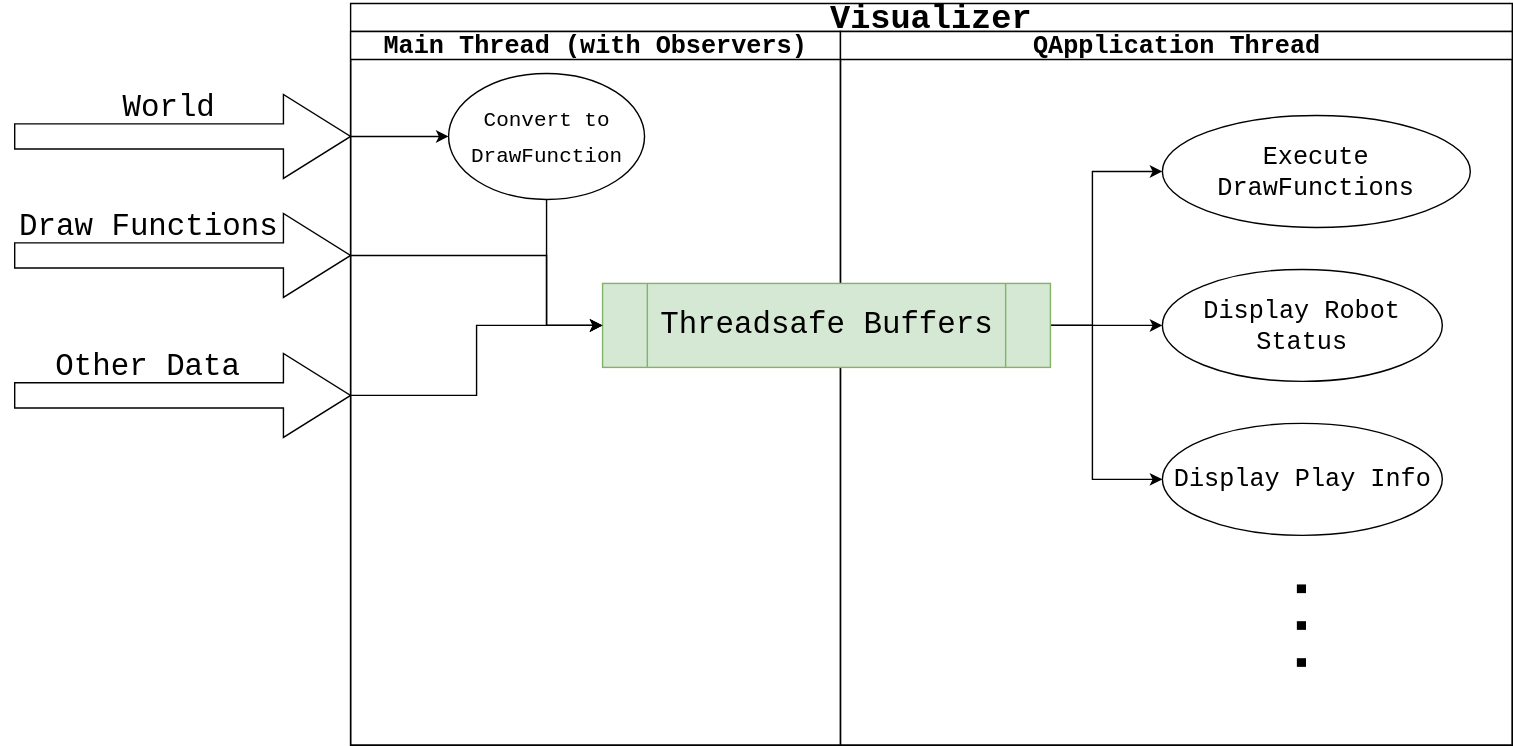
UBC-Thunderbots/Software keeps this draw.io diagram as docs/images/visualizer_diagram.svg. Above is the earlier version. Source tidied: cells renumbered, new cells last; positions are measured from the earlier drawing's top-left corner, leaving out a move shared by most shapes.
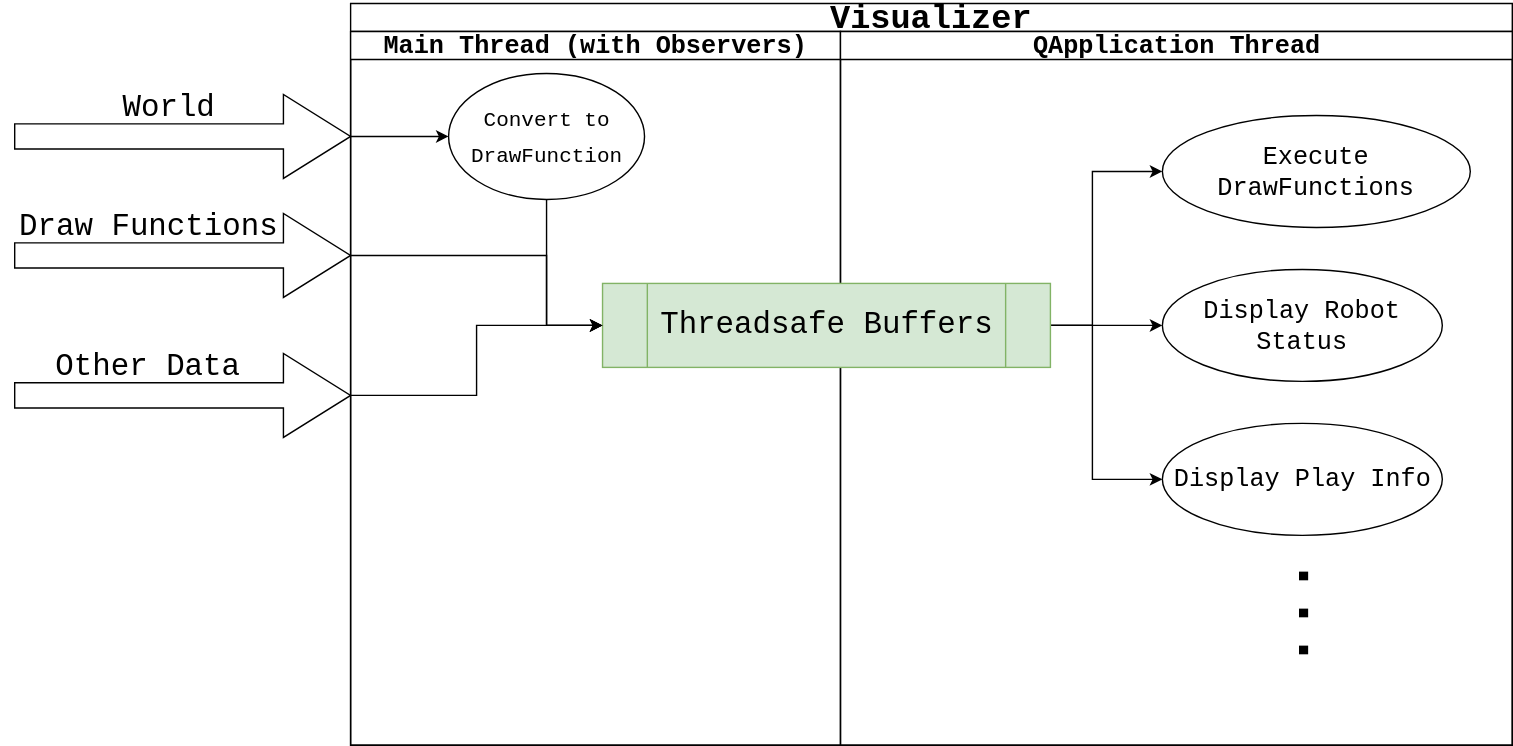
Later version of the same file.

Diff of the diagram source:
```diff
@@ -45,8 +45,8 @@
     <mxCell id="12" value="Display Play Info" style="ellipse;whiteSpace=wrap;html=1;strokeColor=#000000;fillColor=#ffffff;fontFamily=Courier New;fontSize=18;" parent="5" vertex="1">
       <mxGeometry x="230" y="280" width="200" height="80" as="geometry" />
     </mxCell>
-    <mxCell id="13" value="&lt;p style=&quot;line-height: 170%; font-size: 44px;&quot;&gt;&lt;/p&gt;&lt;div style=&quot;font-size: 44px;&quot;&gt;&lt;font style=&quot;font-size: 44px; line-height: 10%;&quot;&gt;.&lt;/font&gt;&lt;font style=&quot;font-size: 44px;&quot;&gt;..&lt;br style=&quot;font-size: 44px;&quot;&gt;&lt;/font&gt;&lt;/div&gt;&lt;p style=&quot;font-size: 44px;&quot;&gt;&lt;/p&gt;" style="text;html=1;strokeColor=none;fillColor=none;align=center;verticalAlign=middle;whiteSpace=wrap;rounded=0;fontFamily=Courier New;fontSize=44;fontStyle=1;spacing=2;horizontal=0;" parent="5" vertex="1">
-      <mxGeometry x="250" y="360" width="140" height="130" as="geometry" />
+    <mxCell id="13" value="&lt;p style=&quot;line-height: 170%; font-size: 44px;&quot;&gt;&lt;/p&gt;&lt;div style=&quot;font-size: 44px;&quot;&gt;&lt;font style=&quot;font-size: 44px; line-height: 10%;&quot;&gt;.&lt;/font&gt;&lt;font style=&quot;font-size: 44px;&quot;&gt;..&lt;br style=&quot;font-size: 44px;&quot;&gt;&lt;/font&gt;&lt;/div&gt;&lt;p style=&quot;font-size: 44px;&quot;&gt;&lt;/p&gt;" style="text;html=1;strokeColor=none;fillColor=none;align=center;verticalAlign=middle;whiteSpace=wrap;rounded=0;fontFamily=Courier New;fontSize=44;fontStyle=1;spacing=2;horizontal=1;rotation=90;" parent="5" vertex="1">
+      <mxGeometry x="265" y="380" width="150" height="70" as="geometry" />
     </mxCell>
     <mxCell id="14" style="edgeStyle=orthogonalEdgeStyle;rounded=0;jettySize=auto;html=1;exitX=0.5;exitY=1;exitDx=0;exitDy=0;entryX=0;entryY=0.5;entryDx=0;entryDy=0;fontFamily=Courier New;fontSize=22;" parent="2" edge="1" source="4" target="9">
       <mxGeometry relative="1" as="geometry" />
```
